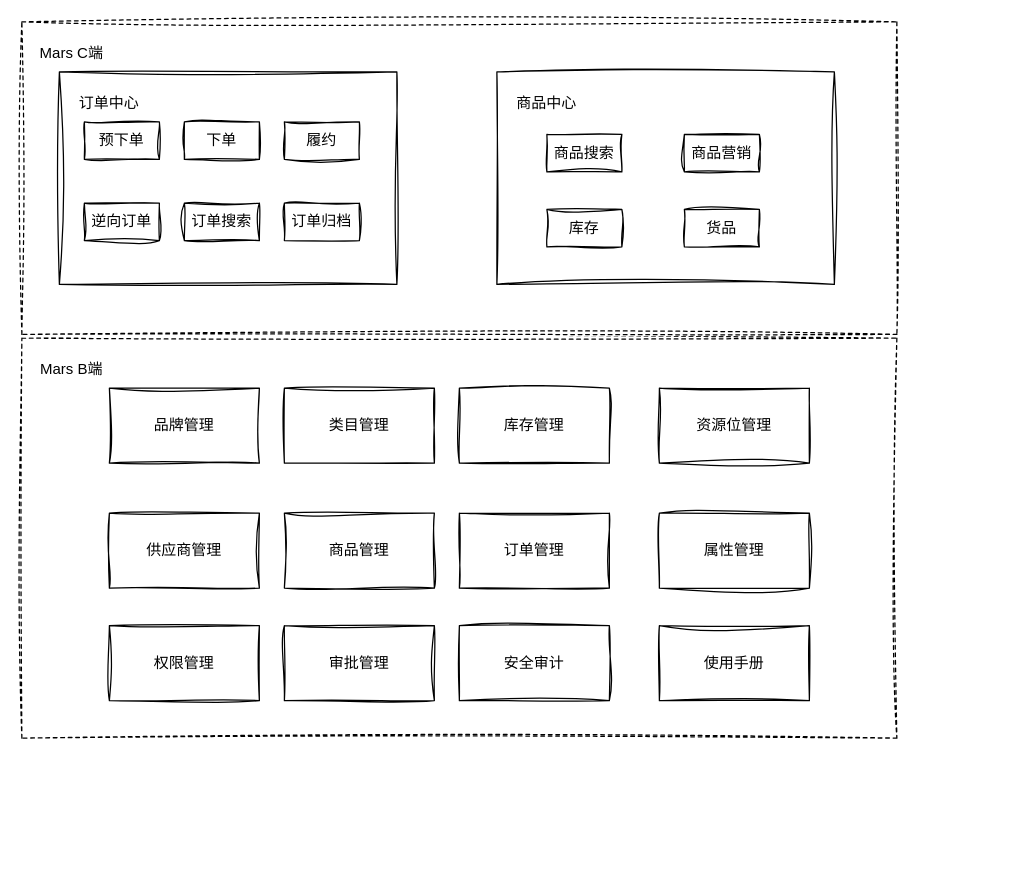
The draw.io diagram mars系统业务架构.drawio in jichuanwang/learning, before the edit. Source tidied: cells renumbered, new cells numbered last; positions are measured from the earlier drawing's top-left corner, leaving out a move shared by most shapes. Both pictures are drawn from the tidied source at 125%, with x=0, y=0 at pixel (21, 21).
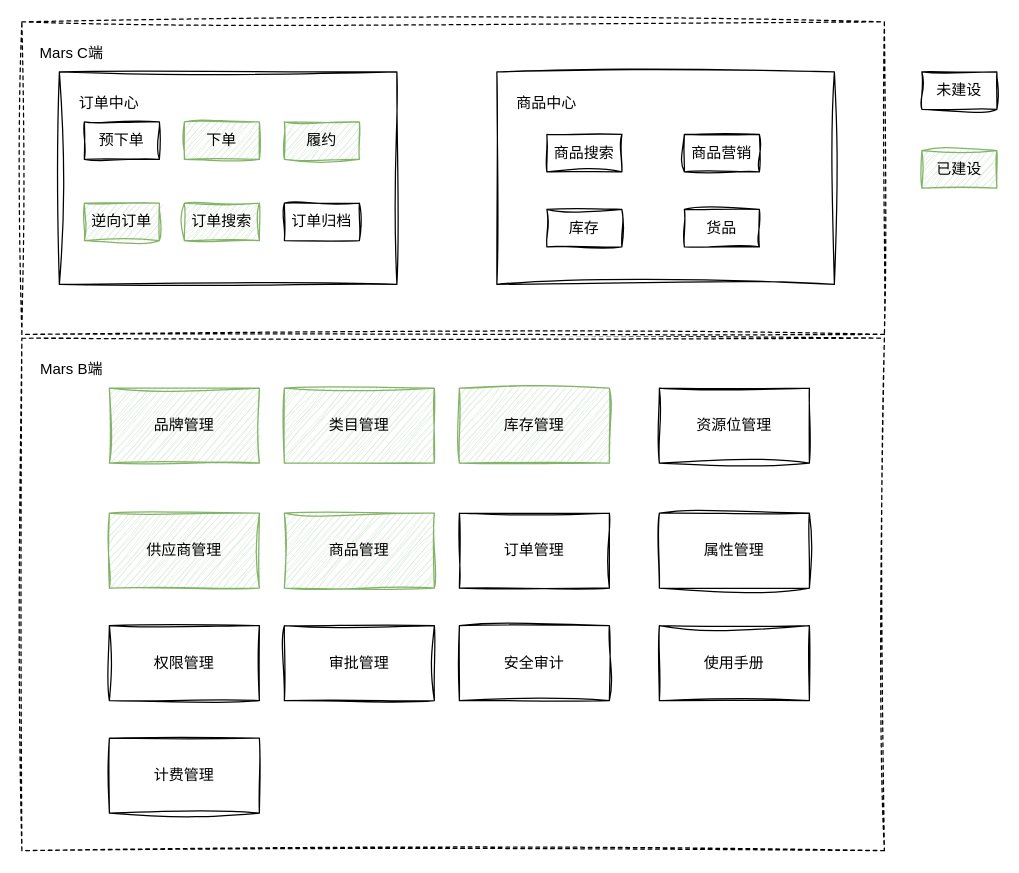
The same page after the edit.

Commit message (it also covers changes not shown here):
更新mars系统业务架构.drawio

Change to the diagram source:
```diff
@@
     <mxCell id="2" style="rounded=0;whiteSpace=wrap;html=1;dashed=1;fillStyle=auto;glass=0;sketch=1;curveFitting=1;jiggle=2;" parent="1" vertex="1">
-      <mxGeometry y="253" width="700" height="320" as="geometry" />
+      <mxGeometry y="253" width="690" height="410" as="geometry" />
     </mxCell>
-    <mxCell id="3" value="品牌管理" style="rounded=0;whiteSpace=wrap;html=1;sketch=1;curveFitting=1;jiggle=2;" parent="1" vertex="1">
+    <mxCell id="3" value="品牌管理" style="rounded=0;whiteSpace=wrap;html=1;sketch=1;curveFitting=1;jiggle=2;fillColor=#d5e8d4;strokeColor=#82b366;" parent="1" vertex="1">
       <mxGeometry x="70" y="293" width="120" height="60" as="geometry" />
     </mxCell>
-    <mxCell id="4" value="类目管理" style="rounded=0;whiteSpace=wrap;html=1;sketch=1;curveFitting=1;jiggle=2;" parent="1" vertex="1">
+    <mxCell id="4" value="类目管理" style="rounded=0;whiteSpace=wrap;html=1;sketch=1;curveFitting=1;jiggle=2;fillColor=#d5e8d4;strokeColor=#82b366;" parent="1" vertex="1">
       <mxGeometry x="210" y="293" width="120" height="60" as="geometry" />
     </mxCell>
-    <mxCell id="5" value="供应商管理" style="rounded=0;whiteSpace=wrap;html=1;sketch=1;curveFitting=1;jiggle=2;" parent="1" vertex="1">
+    <mxCell id="5" value="供应商管理" style="rounded=0;whiteSpace=wrap;html=1;sketch=1;curveFitting=1;jiggle=2;fillColor=#d5e8d4;strokeColor=#82b366;" parent="1" vertex="1">
       <mxGeometry x="70" y="393" width="120" height="60" as="geometry" />
     </mxCell>
-    <mxCell id="6" value="商品管理" style="rounded=0;whiteSpace=wrap;html=1;sketch=1;curveFitting=1;jiggle=2;" parent="1" vertex="1">
+    <mxCell id="6" value="商品管理" style="rounded=0;whiteSpace=wrap;html=1;sketch=1;curveFitting=1;jiggle=2;fillColor=#d5e8d4;strokeColor=#82b366;" parent="1" vertex="1">
       <mxGeometry x="210" y="393" width="120" height="60" as="geometry" />
     </mxCell>
-    <mxCell id="7" value="库存管理" style="rounded=0;whiteSpace=wrap;html=1;sketch=1;curveFitting=1;jiggle=2;" parent="1" vertex="1">
+    <mxCell id="7" value="库存管理" style="rounded=0;whiteSpace=wrap;html=1;sketch=1;curveFitting=1;jiggle=2;fillColor=#d5e8d4;strokeColor=#82b366;" parent="1" vertex="1">
       <mxGeometry x="350" y="293" width="120" height="60" as="geometry" />
     </mxCell>
@@
     <mxCell id="15" style="rounded=0;whiteSpace=wrap;html=1;dashed=1;fillStyle=auto;glass=0;sketch=1;curveFitting=1;jiggle=2;" parent="1" vertex="1">
-      <mxGeometry width="700" height="250" as="geometry" />
+      <mxGeometry width="690" height="250" as="geometry" />
     </mxCell>
@@
-    <mxCell id="20" value="下单" style="rounded=0;whiteSpace=wrap;html=1;sketch=1;curveFitting=1;jiggle=2;" parent="1" vertex="1">
+    <mxCell id="20" value="下单" style="rounded=0;whiteSpace=wrap;html=1;sketch=1;curveFitting=1;jiggle=2;fillColor=#d5e8d4;strokeColor=#82b366;" parent="1" vertex="1">
       <mxGeometry x="130" y="80" width="60" height="30" as="geometry" />
     </mxCell>
-    <mxCell id="21" value="履约" style="rounded=0;whiteSpace=wrap;html=1;sketch=1;curveFitting=1;jiggle=2;" parent="1" vertex="1">
+    <mxCell id="21" value="履约" style="rounded=0;whiteSpace=wrap;html=1;sketch=1;curveFitting=1;jiggle=2;fillColor=#d5e8d4;strokeColor=#82b366;" parent="1" vertex="1">
       <mxGeometry x="210" y="80" width="60" height="30" as="geometry" />
     </mxCell>
-    <mxCell id="22" value="逆向订单" style="rounded=0;whiteSpace=wrap;html=1;sketch=1;curveFitting=1;jiggle=2;" parent="1" vertex="1">
+    <mxCell id="22" value="逆向订单" style="rounded=0;whiteSpace=wrap;html=1;sketch=1;curveFitting=1;jiggle=2;fillColor=#d5e8d4;strokeColor=#82b366;" parent="1" vertex="1">
       <mxGeometry x="50" y="145" width="60" height="30" as="geometry" />
     </mxCell>
@@
-    <mxCell id="24" value="订单搜索" style="rounded=0;whiteSpace=wrap;html=1;sketch=1;curveFitting=1;jiggle=2;" parent="1" vertex="1">
+    <mxCell id="24" value="订单搜索" style="rounded=0;whiteSpace=wrap;html=1;sketch=1;curveFitting=1;jiggle=2;fillColor=#d5e8d4;strokeColor=#82b366;" parent="1" vertex="1">
       <mxGeometry x="130" y="145" width="60" height="30" as="geometry" />
     </mxCell>
@@
+    <mxCell id="32" value="计费管理" style="rounded=0;whiteSpace=wrap;html=1;sketch=1;curveFitting=1;jiggle=2;" parent="1" vertex="1">
+      <mxGeometry x="70" y="573" width="120" height="60" as="geometry" />
+    </mxCell>
+    <mxCell id="33" value="未建设" style="rounded=0;whiteSpace=wrap;html=1;sketch=1;curveFitting=1;jiggle=2;" parent="1" vertex="1">
+      <mxGeometry x="720" y="40" width="60" height="30" as="geometry" />
+    </mxCell>
+    <mxCell id="34" value="已建设" style="rounded=0;whiteSpace=wrap;html=1;sketch=1;curveFitting=1;jiggle=2;fillColor=#d5e8d4;strokeColor=#82b366;" parent="1" vertex="1">
+      <mxGeometry x="720" y="103" width="60" height="30" as="geometry" />
+    </mxCell>
```
